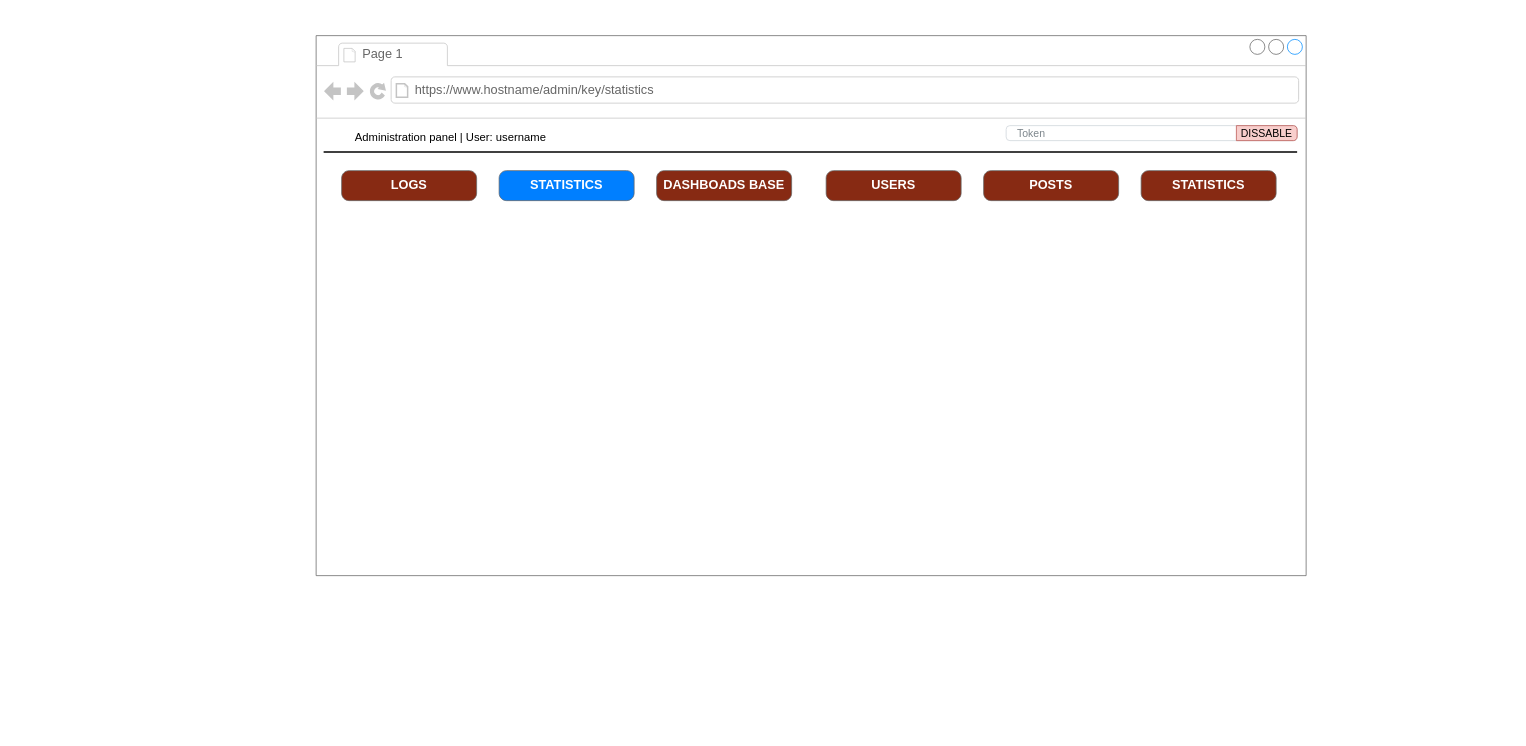
Earlier version of the draw.io diagram statistics_page.drawio (ZeQipe/adminPanel). Source tidied: cells renumbered, new cells numbered last; positions are measured from the earlier drawing's top-left corner, leaving out a move shared by most shapes. Both pictures are drawn from the tidied source at 75%, with x=0, y=0 at pixel (316, 35).
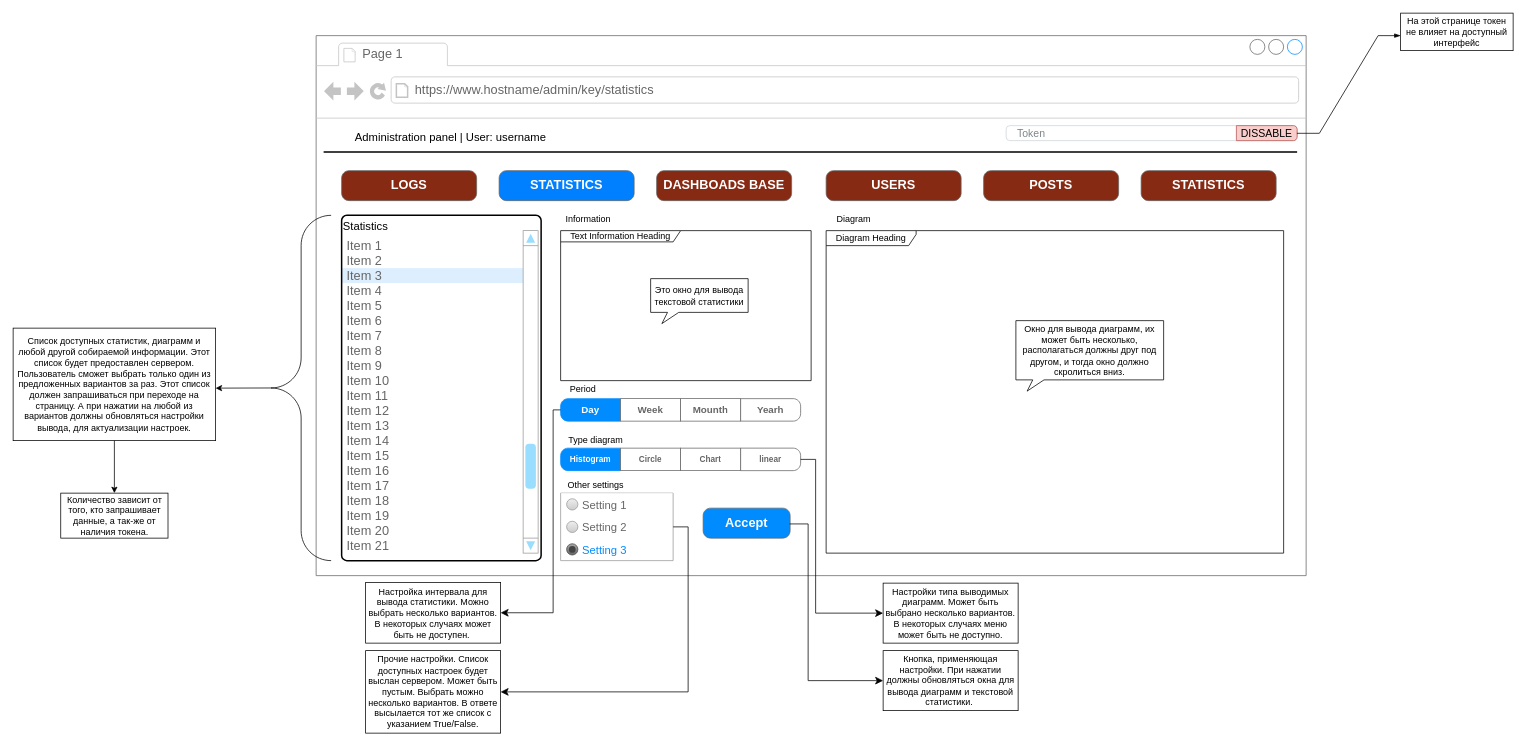
The same diagram, later.

Commit message:
statistics page ready

Unchanged cells that the change refers to:
```xml
<mxCell id="2" style="strokeWidth=1;shadow=0;dashed=0;align=left;html=1;shape=mxgraph.mockup.containers.browserWindow;rSize=0;strokeColor=#666666;strokeColor2=#008cff;strokeColor3=#c4c4c4;mainText=,;" parent="1" vertex="1">
  <mxGeometry width="1320" height="720" as="geometry" />
</mxCell>
<mxCell id="6" value="DISSABLE" style="html=1;shadow=0;dashed=0;shape=mxgraph.bootstrap.rightButton;strokeColor=#b85450;fillColor=#f8cecc;rSize=5;perimeter=none;whiteSpace=wrap;fontSize=14;labelBackgroundColor=none;" parent="5" vertex="1">
  <mxGeometry x="1" width="81" height="20" relative="1" as="geometry">
    <mxPoint x="-81" as="offset" />
  </mxGeometry>
</mxCell>
```

The edit, as a diff of the source:
```diff
@@
+    <mxCell id="16" value="&lt;font style=&quot;font-size: 15px;&quot; color=&quot;#000000&quot;&gt;Statistics&lt;/font&gt;" style="swimlane;strokeColor=none;swimlaneFillColor=#FFFFFF;fillColor=#ffffff;fontColor=#008CFF;fontStyle=0;horizontal=1;startSize=30;whiteSpace=wrap;html=1;fontSize=17;align=left;" parent="2" vertex="1">
+      <mxGeometry x="34" y="240" width="246" height="450" as="geometry" />
+    </mxCell>
+    <mxCell id="17" value="Item 1" style="text;spacing=0;strokeColor=none;align=left;verticalAlign=middle;spacingLeft=7;spacingRight=10;overflow=hidden;whiteSpace=wrap;html=1;fillColor=none;fontColor=#666666;fontSize=17;" parent="16" vertex="1">
+      <mxGeometry y="30" width="246" height="20" as="geometry" />
+    </mxCell>
+    <mxCell id="18" value="Item 2" style="text;spacing=0;strokeColor=none;align=left;verticalAlign=middle;spacingLeft=7;spacingRight=10;overflow=hidden;whiteSpace=wrap;html=1;rSize=5;fillColor=none;fontColor=#666666;fontSize=17;" parent="16" vertex="1">
+      <mxGeometry y="50" width="246" height="20" as="geometry" />
+    </mxCell>
+    <mxCell id="19" value="Item 3" style="text;spacing=0;strokeColor=none;align=left;verticalAlign=middle;spacingLeft=7;spacingRight=10;overflow=hidden;whiteSpace=wrap;html=1;rSize=5;fillColor=#DDEEFF;fontColor=#666666;fontSize=17;" parent="16" vertex="1">
+      <mxGeometry y="70" width="246" height="20" as="geometry" />
+    </mxCell>
+    <mxCell id="20" value="Item 4" style="text;spacing=0;strokeColor=none;align=left;verticalAlign=middle;spacingLeft=7;spacingRight=10;overflow=hidden;whiteSpace=wrap;html=1;fillColor=none;fontColor=#666666;fontSize=17;" parent="16" vertex="1">
+      <mxGeometry y="90" width="246" height="20" as="geometry" />
+    </mxCell>
+    <mxCell id="21" value="Item 5" style="text;spacing=0;strokeColor=none;align=left;verticalAlign=middle;spacingLeft=7;spacingRight=10;overflow=hidden;whiteSpace=wrap;html=1;fillColor=none;fontColor=#666666;fontSize=17;" parent="16" vertex="1">
+      <mxGeometry y="110" width="246" height="20" as="geometry" />
+    </mxCell>
+    <mxCell id="22" value="Item 6" style="text;spacing=0;strokeColor=none;align=left;verticalAlign=middle;spacingLeft=7;spacingRight=10;overflow=hidden;whiteSpace=wrap;html=1;fillColor=none;fontColor=#666666;fontSize=17;" parent="16" vertex="1">
+      <mxGeometry y="130" width="246" height="20" as="geometry" />
+    </mxCell>
+    <mxCell id="23" value="Item 7" style="text;spacing=0;strokeColor=none;align=left;verticalAlign=middle;spacingLeft=7;spacingRight=10;overflow=hidden;whiteSpace=wrap;html=1;fillColor=none;fontColor=#666666;fontSize=17;" parent="16" vertex="1">
+      <mxGeometry y="150" width="246" height="20" as="geometry" />
+    </mxCell>
+    <mxCell id="24" value="Item 8" style="text;spacing=0;strokeColor=none;align=left;verticalAlign=middle;spacingLeft=7;spacingRight=10;overflow=hidden;whiteSpace=wrap;html=1;fillColor=none;fontColor=#666666;fontSize=17;" parent="16" vertex="1">
+      <mxGeometry y="170" width="246" height="20" as="geometry" />
+    </mxCell>
+    <mxCell id="25" value="Item 9" style="text;spacing=0;strokeColor=none;align=left;verticalAlign=middle;spacingLeft=7;spacingRight=10;overflow=hidden;whiteSpace=wrap;html=1;fillColor=none;fontColor=#666666;fontSize=17;" parent="16" vertex="1">
+      <mxGeometry y="190" width="246" height="20" as="geometry" />
+    </mxCell>
+    <mxCell id="26" value="Item 10" style="text;spacing=0;strokeColor=none;align=left;verticalAlign=middle;spacingLeft=7;spacingRight=10;overflow=hidden;whiteSpace=wrap;html=1;fillColor=none;fontColor=#666666;fontSize=17;" parent="16" vertex="1">
+      <mxGeometry y="210" width="246" height="20" as="geometry" />
+    </mxCell>
+    <mxCell id="27" value="Item 11" style="text;spacing=0;strokeColor=none;align=left;verticalAlign=middle;spacingLeft=7;spacingRight=10;overflow=hidden;whiteSpace=wrap;html=1;fillColor=none;fontColor=#666666;fontSize=17;" parent="16" vertex="1">
+      <mxGeometry y="230" width="246" height="20" as="geometry" />
+    </mxCell>
+    <mxCell id="28" value="Item 12" style="text;spacing=0;strokeColor=none;align=left;verticalAlign=middle;spacingLeft=7;spacingRight=10;overflow=hidden;whiteSpace=wrap;html=1;fillColor=none;fontColor=#666666;fontSize=17;" parent="16" vertex="1">
+      <mxGeometry y="250" width="246" height="20" as="geometry" />
+    </mxCell>
+    <mxCell id="29" value="Item 13" style="text;spacing=0;strokeColor=none;align=left;verticalAlign=middle;spacingLeft=7;spacingRight=10;overflow=hidden;whiteSpace=wrap;html=1;fillColor=none;fontColor=#666666;fontSize=17;" parent="16" vertex="1">
+      <mxGeometry y="270" width="246" height="20" as="geometry" />
+    </mxCell>
+    <mxCell id="30" value="Item 14" style="text;spacing=0;strokeColor=none;align=left;verticalAlign=middle;spacingLeft=7;spacingRight=10;overflow=hidden;whiteSpace=wrap;html=1;fillColor=none;fontColor=#666666;fontSize=17;" parent="16" vertex="1">
+      <mxGeometry y="290" width="246" height="20" as="geometry" />
+    </mxCell>
+    <mxCell id="31" value="Item 15" style="text;spacing=0;strokeColor=none;align=left;verticalAlign=middle;spacingLeft=7;spacingRight=10;overflow=hidden;whiteSpace=wrap;html=1;fillColor=none;fontColor=#666666;fontSize=17;" parent="16" vertex="1">
+      <mxGeometry y="310" width="246" height="20" as="geometry" />
+    </mxCell>
+    <mxCell id="32" value="Item 16" style="text;spacing=0;strokeColor=none;align=left;verticalAlign=middle;spacingLeft=7;spacingRight=10;overflow=hidden;whiteSpace=wrap;html=1;fillColor=none;fontColor=#666666;fontSize=17;" parent="16" vertex="1">
+      <mxGeometry y="330" width="246" height="20" as="geometry" />
+    </mxCell>
+    <mxCell id="33" value="Item 17" style="text;spacing=0;strokeColor=none;align=left;verticalAlign=middle;spacingLeft=7;spacingRight=10;overflow=hidden;whiteSpace=wrap;html=1;fillColor=none;fontColor=#666666;fontSize=17;" parent="16" vertex="1">
+      <mxGeometry y="350" width="246" height="20" as="geometry" />
+    </mxCell>
+    <mxCell id="34" value="Item 18" style="text;spacing=0;strokeColor=none;align=left;verticalAlign=middle;spacingLeft=7;spacingRight=10;overflow=hidden;whiteSpace=wrap;html=1;fillColor=none;fontColor=#666666;fontSize=17;" parent="16" vertex="1">
+      <mxGeometry y="370" width="246" height="20" as="geometry" />
+    </mxCell>
+    <mxCell id="35" value="Item 19" style="text;spacing=0;strokeColor=none;align=left;verticalAlign=middle;spacingLeft=7;spacingRight=10;overflow=hidden;whiteSpace=wrap;html=1;fillColor=none;fontColor=#666666;fontSize=17;" parent="16" vertex="1">
+      <mxGeometry y="390" width="246" height="20" as="geometry" />
+    </mxCell>
+    <mxCell id="36" value="Item 20" style="text;spacing=0;strokeColor=none;align=left;verticalAlign=middle;spacingLeft=7;spacingRight=10;overflow=hidden;whiteSpace=wrap;html=1;fillColor=none;fontColor=#666666;fontSize=17;" parent="16" vertex="1">
+      <mxGeometry y="410" width="246" height="20" as="geometry" />
+    </mxCell>
+    <mxCell id="37" value="Item 21" style="text;spacing=0;strokeColor=none;align=left;verticalAlign=middle;spacingLeft=7;spacingRight=10;overflow=hidden;whiteSpace=wrap;html=1;fillColor=none;fontColor=#666666;fontSize=17;" parent="16" vertex="1">
+      <mxGeometry y="430" width="246" height="20" as="geometry" />
+    </mxCell>
@@
+    <mxCell id="38" value="Text Information Heading" style="shape=umlFrame;whiteSpace=wrap;html=1;width=160;height=15;" parent="2" vertex="1">
+      <mxGeometry x="326" y="260" width="334" height="200" as="geometry" />
+    </mxCell>
+    <mxCell id="39" value="Это окно для вывода текстовой статистики" style="whiteSpace=wrap;html=1;shape=mxgraph.basic.rectCallout;dx=30;dy=15;boundedLbl=1;" parent="38" vertex="1">
+      <mxGeometry x="120" y="64" width="130" height="60" as="geometry" />
+    </mxCell>
+    <mxCell id="40" value="Diagram Heading" style="shape=umlFrame;whiteSpace=wrap;html=1;width=120;height=20;" parent="2" vertex="1">
+      <mxGeometry x="680" y="260" width="610" height="430" as="geometry" />
+    </mxCell>
+    <mxCell id="41" value="Period" style="text;html=1;align=center;verticalAlign=middle;whiteSpace=wrap;rounded=0;" parent="2" vertex="1">
+      <mxGeometry x="326" y="460" width="60" height="24.2" as="geometry" />
+    </mxCell>
+    <mxCell id="42" style="swimlane;shape=mxgraph.bootstrap.anchor;strokeColor=#666666;fillColor=#ffffff;fontColor=#666666;fontStyle=0;horizontal=0;startSize=0;whiteSpace=wrap;html=1;fontSize=10;" parent="2" vertex="1">
+      <mxGeometry x="326" y="484" width="320" height="30" as="geometry" />
+    </mxCell>
+    <mxCell id="43" value="Day" style="text;strokeColor=#008CFF;align=center;verticalAlign=middle;spacingLeft=10;spacingRight=10;overflow=hidden;points=[[0,0.5],[1,0.5]];portConstraint=eastwest;whiteSpace=wrap;html=1;shape=mxgraph.mockup.leftButton;rSize=10;fillColor=#008CFF;fontColor=#ffffff;fontSize=13;fontStyle=1;" parent="42" vertex="1">
+      <mxGeometry width="80" height="30" as="geometry" />
+    </mxCell>
+    <mxCell id="44" value="Week" style="text;strokeColor=inherit;align=center;verticalAlign=middle;spacingLeft=10;spacingRight=10;overflow=hidden;whiteSpace=wrap;html=1;rSize=5;fillColor=inherit;fontColor=inherit;fontSize=13;fontStyle=1;" parent="42" vertex="1">
+      <mxGeometry x="80" width="80" height="30" as="geometry" />
+    </mxCell>
+    <mxCell id="45" value="Mounth" style="text;strokeColor=inherit;align=center;verticalAlign=middle;spacingLeft=10;spacingRight=10;overflow=hidden;whiteSpace=wrap;html=1;rSize=5;fillColor=inherit;fontColor=inherit;fontSize=13;fontStyle=1;" parent="42" vertex="1">
+      <mxGeometry x="160" width="80" height="30" as="geometry" />
+    </mxCell>
+    <mxCell id="46" value="Yearh" style="text;strokeColor=inherit;align=center;verticalAlign=middle;spacingLeft=10;spacingRight=10;overflow=hidden;whiteSpace=wrap;html=1;shape=mxgraph.mockup.rightButton;rSize=10;fillColor=inherit;fontColor=inherit;fontSize=13;fontStyle=1;spacing=-4;" parent="42" vertex="1">
+      <mxGeometry x="240" width="80" height="30" as="geometry" />
+    </mxCell>
+    <mxCell id="47" style="swimlane;shape=mxgraph.bootstrap.anchor;strokeColor=#666666;fillColor=#ffffff;fontColor=#666666;fontStyle=0;horizontal=0;startSize=0;whiteSpace=wrap;html=1;fontSize=10;" parent="2" vertex="1">
+      <mxGeometry x="326" y="550" width="320" height="30" as="geometry" />
+    </mxCell>
+    <mxCell id="48" value="Histogram" style="text;strokeColor=#008CFF;align=center;verticalAlign=middle;spacingLeft=10;spacingRight=10;overflow=hidden;whiteSpace=wrap;html=1;shape=mxgraph.mockup.leftButton;rSize=10;fillColor=#008CFF;fontColor=#ffffff;fontSize=11;fontStyle=1;" parent="47" vertex="1">
+      <mxGeometry width="80" height="30" as="geometry" />
+    </mxCell>
+    <mxCell id="49" value="Circle" style="text;strokeColor=inherit;align=center;verticalAlign=middle;spacingLeft=10;spacingRight=10;overflow=hidden;whiteSpace=wrap;html=1;rSize=5;fillColor=inherit;fontColor=inherit;fontSize=11;fontStyle=1;" parent="47" vertex="1">
+      <mxGeometry x="80" width="80" height="30" as="geometry" />
+    </mxCell>
+    <mxCell id="50" value="Chart" style="text;strokeColor=inherit;align=center;verticalAlign=middle;spacingLeft=10;spacingRight=10;overflow=hidden;whiteSpace=wrap;html=1;rSize=5;fillColor=inherit;fontColor=inherit;fontSize=11;fontStyle=1;" parent="47" vertex="1">
+      <mxGeometry x="160" width="80" height="30" as="geometry" />
+    </mxCell>
+    <mxCell id="51" value="linear" style="text;strokeColor=inherit;align=center;verticalAlign=middle;spacingLeft=10;spacingRight=10;overflow=hidden;points=[[0,0.5],[1,0.5]];portConstraint=eastwest;whiteSpace=wrap;html=1;shape=mxgraph.mockup.rightButton;rSize=10;fillColor=inherit;fontColor=inherit;fontSize=11;fontStyle=1;spacing=-4;" parent="47" vertex="1">
+      <mxGeometry x="240" width="80" height="30" as="geometry" />
+    </mxCell>
+    <mxCell id="52" value="Type diagram" style="text;html=1;align=center;verticalAlign=middle;whiteSpace=wrap;rounded=0;" parent="2" vertex="1">
+      <mxGeometry x="326" y="530" width="94" height="20" as="geometry" />
+    </mxCell>
+    <mxCell id="53" value="Information" style="text;html=1;align=center;verticalAlign=middle;whiteSpace=wrap;rounded=0;" parent="2" vertex="1">
+      <mxGeometry x="326" y="230" width="74" height="30" as="geometry" />
+    </mxCell>
+    <mxCell id="54" value="Diagram" style="text;html=1;align=center;verticalAlign=middle;whiteSpace=wrap;rounded=0;" parent="2" vertex="1">
+      <mxGeometry x="680" y="230" width="74" height="30" as="geometry" />
+    </mxCell>
+    <mxCell id="55" style="swimlane;strokeColor=#999999;swimlaneFillColor=#FFFFFF;fillColor=#ffffff;fontColor=#666666;fontStyle=0;horizontal=1;startSize=0;whiteSpace=wrap;html=1;" parent="2" vertex="1">
+      <mxGeometry x="326" y="610" width="150" height="90" as="geometry" />
+    </mxCell>
+    <mxCell id="56" value="Setting 1" style="text;strokeColor=none;align=left;verticalAlign=middle;spacingLeft=27;spacingRight=10;overflow=hidden;whiteSpace=wrap;html=1;fillColor=none;fontColor=inherit;fontSize=15;" parent="55" vertex="1">
+      <mxGeometry width="150" height="30" as="geometry" />
+    </mxCell>
+    <mxCell id="57" style="shape=ellipse;fillColor=#EEEEEE;strokeColor=#999999;gradientColor=#cccccc;html=1;" parent="56" vertex="1">
+      <mxGeometry y="0.5" width="15" height="15" relative="1" as="geometry">
+        <mxPoint x="8" y="-7.5" as="offset" />
+      </mxGeometry>
+    </mxCell>
+    <mxCell id="58" value="Setting 2" style="text;strokeColor=none;align=left;verticalAlign=middle;spacingLeft=27;spacingRight=10;overflow=hidden;points=[[0,0.5],[1,0.5]];portConstraint=eastwest;whiteSpace=wrap;html=1;rSize=5;fillColor=none;fontColor=inherit;fontSize=15;" parent="55" vertex="1">
+      <mxGeometry y="30" width="150" height="30" as="geometry" />
+    </mxCell>
+    <mxCell id="59" style="shape=ellipse;fillColor=#EEEEEE;strokeColor=#999999;gradientColor=#cccccc;html=1;" parent="58" vertex="1">
+      <mxGeometry y="0.5" width="15" height="15" relative="1" as="geometry">
+        <mxPoint x="8" y="-7.5" as="offset" />
+      </mxGeometry>
+    </mxCell>
+    <mxCell id="60" value="Setting 3" style="text;strokeColor=none;align=left;verticalAlign=middle;spacingLeft=27;spacingRight=10;overflow=hidden;whiteSpace=wrap;html=1;rSize=5;fillColor=none;fontColor=#008CFF;fontSize=15;" parent="55" vertex="1">
+      <mxGeometry y="60" width="150" height="30" as="geometry" />
+    </mxCell>
+    <mxCell id="61" style="shape=ellipse;fillColor=#AAAAAA;gradientColor=#666666;strokeColor=#444444;html=1;" parent="60" vertex="1">
+      <mxGeometry y="0.5" width="15" height="15" relative="1" as="geometry">
+        <mxPoint x="8" y="-7.5" as="offset" />
+      </mxGeometry>
+    </mxCell>
+    <mxCell id="62" style="shape=ellipse;fillColor=#444444;strokeColor=none;html=1;" parent="61" vertex="1">
+      <mxGeometry x="0.2" y="0.2" width="9" height="9" relative="1" as="geometry" />
+    </mxCell>
+    <mxCell id="63" value="Other settings" style="text;html=1;align=center;verticalAlign=middle;whiteSpace=wrap;rounded=0;" parent="2" vertex="1">
+      <mxGeometry x="326" y="590" width="94" height="20" as="geometry" />
+    </mxCell>
+    <mxCell id="64" value="Accept" style="strokeWidth=1;shadow=0;dashed=0;align=center;html=1;shape=mxgraph.mockup.buttons.button;strokeColor=#666666;fontColor=#ffffff;mainText=;buttonStyle=round;fontSize=17;fontStyle=1;fillColor=#008cff;whiteSpace=wrap;" parent="2" vertex="1">
+      <mxGeometry x="516" y="630" width="116" height="40" as="geometry" />
+    </mxCell>
+    <mxCell id="65" style="verticalLabelPosition=bottom;shadow=0;dashed=0;align=center;html=1;verticalAlign=top;strokeWidth=1;shape=mxgraph.mockup.navigation.scrollBar;strokeColor=#999999;barPos=20;fillColor2=#99ddff;strokeColor2=none;direction=north;" parent="2" vertex="1">
+      <mxGeometry x="276" y="260" width="20" height="430" as="geometry" />
+    </mxCell>
+    <mxCell id="66" style="rounded=1;whiteSpace=wrap;html=1;absoluteArcSize=1;arcSize=14;strokeWidth=2;fillColor=none;" parent="2" vertex="1">
+      <mxGeometry x="34" y="239.6" width="266" height="460.4" as="geometry" />
+    </mxCell>
+    <mxCell id="67" style="labelPosition=right;align=left;strokeWidth=1;shape=mxgraph.mockup.markup.curlyBrace;html=1;shadow=0;dashed=0;strokeColor=#000000;direction=north;" parent="2" vertex="1">
+      <mxGeometry x="-60" y="239.6" width="80" height="460.4" as="geometry" />
+    </mxCell>
+    <mxCell id="68" value="Окно для вывода диаграмм, их может быть несколько, располагаться должны друг под другом, и тогда окно должно скролиться вниз." style="whiteSpace=wrap;html=1;shape=mxgraph.basic.rectCallout;dx=30;dy=15;boundedLbl=1;" parent="2" vertex="1">
+      <mxGeometry x="933" y="380" width="197" height="94" as="geometry" />
+    </mxCell>
+    <mxCell id="69" style="edgeStyle=entityRelationEdgeStyle;fontSize=12;html=1;endArrow=blockThin;endFill=1;startArrow=none;rounded=0;startFill=0;exitX=0.996;exitY=0.512;exitDx=0;exitDy=0;exitPerimeter=0;" parent="1" edge="1" source="6">
+      <mxGeometry relative="1" as="geometry">
+        <mxPoint x="1446" as="targetPoint" />
+      </mxGeometry>
+    </mxCell>
+    <mxCell id="70" value="На этой странице токен не влияет на доступный интерфейс" style="rounded=0;whiteSpace=wrap;html=1;" parent="1" vertex="1">
+      <mxGeometry x="1446" y="-30" width="150" height="50" as="geometry" />
+    </mxCell>
+    <mxCell id="71" style="endArrow=classic;html=1;rounded=0;exitX=0.5;exitY=0.009;exitDx=0;exitDy=0;exitPerimeter=0;" parent="1" edge="1" source="67">
+      <mxGeometry relative="1" as="geometry">
+        <mxPoint x="-134" y="470" as="targetPoint" />
+      </mxGeometry>
+    </mxCell>
+    <mxCell id="72" value="Список доступных статистик, диаграмм и любой другой собираемой информации. Этот список будет предоставлен сервером. Пользователь сможет выбрать только один из предложенных вариантов за раз. Этот список должен запрашиваться при переходе на страницу. А при нажатии на любой из вариантов должны обновляться настройки вывода, для актуализации настроек." style="rounded=0;whiteSpace=wrap;html=1;" parent="1" vertex="1">
+      <mxGeometry x="-404" y="390" width="270" height="150" as="geometry" />
+    </mxCell>
+    <mxCell id="73" style="endArrow=classic;html=1;rounded=0;exitX=0.5;exitY=1;exitDx=0;exitDy=0;entryX=0.5;entryY=0;entryDx=0;entryDy=0;" parent="1" edge="1" source="72" target="74">
+      <mxGeometry relative="1" as="geometry" />
+    </mxCell>
+    <mxCell id="74" value="Количество зависит от того, кто запрашивает данные, а так-же от наличия токена." style="rounded=0;whiteSpace=wrap;html=1;" parent="1" vertex="1">
+      <mxGeometry x="-340.5" y="610" width="143" height="60" as="geometry" />
+    </mxCell>
+    <mxCell id="75" style="edgeStyle=elbowEdgeStyle;elbow=horizontal;endArrow=classic;html=1;curved=0;rounded=0;endSize=8;startSize=8;exitX=0;exitY=0.5;exitDx=0;exitDy=0;entryX=1;entryY=0.5;entryDx=0;entryDy=0;" parent="1" edge="1" source="43" target="82">
+      <mxGeometry relative="1" as="geometry">
+        <Array as="points">
+          <mxPoint x="316" y="660" />
+        </Array>
+      </mxGeometry>
+    </mxCell>
+    <mxCell id="76" style="edgeStyle=elbowEdgeStyle;elbow=horizontal;endArrow=classic;html=1;curved=0;rounded=0;endSize=8;startSize=8;exitX=1;exitY=0.5;exitDx=0;exitDy=0;entryX=0;entryY=0.5;entryDx=0;entryDy=0;" parent="1" edge="1" source="51" target="79">
+      <mxGeometry relative="1" as="geometry">
+        <Array as="points">
+          <mxPoint x="666" y="720" />
+        </Array>
+      </mxGeometry>
+    </mxCell>
+    <mxCell id="77" style="edgeStyle=elbowEdgeStyle;elbow=horizontal;endArrow=classic;html=1;curved=0;rounded=0;endSize=8;startSize=8;exitX=1;exitY=0.5;exitDx=0;exitDy=0;entryX=1;entryY=0.5;entryDx=0;entryDy=0;" parent="1" edge="1" source="58" target="81">
+      <mxGeometry relative="1" as="geometry">
+        <Array as="points">
+          <mxPoint x="496" y="770" />
+        </Array>
+      </mxGeometry>
+    </mxCell>
+    <mxCell id="78" style="edgeStyle=elbowEdgeStyle;elbow=horizontal;endArrow=classic;html=1;curved=0;rounded=0;endSize=8;startSize=8;exitX=0.994;exitY=0.527;exitDx=0;exitDy=0;exitPerimeter=0;entryX=0;entryY=0.5;entryDx=0;entryDy=0;" parent="1" edge="1" source="64" target="80">
+      <mxGeometry relative="1" as="geometry">
+        <Array as="points">
+          <mxPoint x="656" y="740" />
+        </Array>
+      </mxGeometry>
+    </mxCell>
+    <mxCell id="79" value="Настройки типа выводимых диаграмм. Может быть выбрано несколько вариантов. В некоторых случаях меню может быть не доступно." style="rounded=0;whiteSpace=wrap;html=1;" parent="1" vertex="1">
+      <mxGeometry x="756" y="730" width="180" height="80" as="geometry" />
+    </mxCell>
+    <mxCell id="80" value="Кнопка, применяющая настройки. При нажатии должны обновляться окна для вывода диаграмм и текстовой статистики.&amp;nbsp;" style="rounded=0;whiteSpace=wrap;html=1;" parent="1" vertex="1">
+      <mxGeometry x="756" y="820" width="180" height="80" as="geometry" />
+    </mxCell>
+    <mxCell id="81" value="Прочие настройки. Список доступных настроек будет выслан сервером. Может быть пустым. Выбрать можно несколько вариантов. В ответе высылается тот же список с указанием True/False." style="rounded=0;whiteSpace=wrap;html=1;" parent="1" vertex="1">
+      <mxGeometry x="66" y="820" width="180" height="110" as="geometry" />
+    </mxCell>
+    <mxCell id="82" value="Настройка интервала для вывода статистики. Можно выбрать несколько вариантов. В некоторых случаях может быть не доступен.&amp;nbsp;" style="rounded=0;whiteSpace=wrap;html=1;" parent="1" vertex="1">
+      <mxGeometry x="66" y="729" width="180" height="81" as="geometry" />
+    </mxCell>
```
